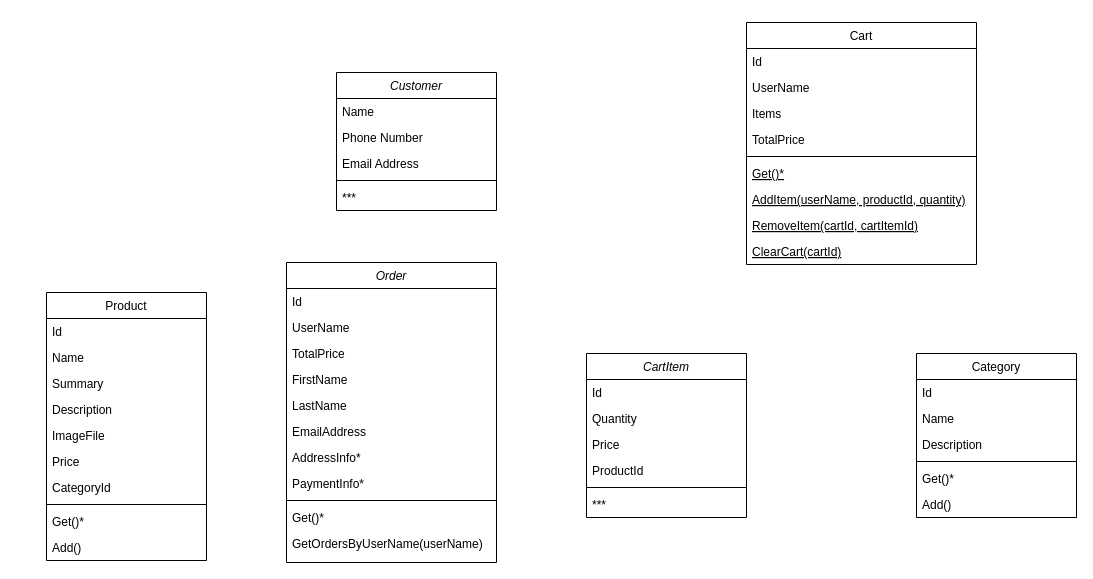
rudinesurya/DotNet-Sample keeps this draw.io diagram as page "class" (1 of 2) of Untitled Diagram.drawio. Above is the earlier version. Source tidied: cells renumbered, new cells numbered last; positions are measured from the earlier drawing's top-left corner, leaving out a move shared by most shapes. Both pictures are drawn from the tidied source at 100%, with x=0, y=0 at pixel (46, 22).
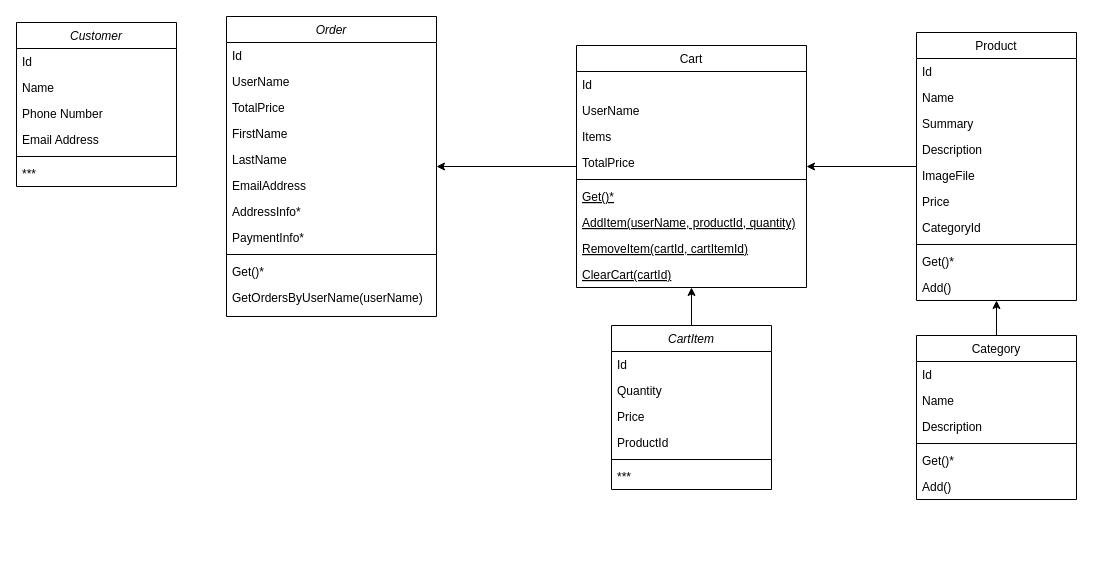
The same diagram, later.

Change to the diagram source:
```diff
@@
     <mxCell id="2" value="Customer" style="swimlane;fontStyle=2;align=center;verticalAlign=top;horizontal=1;startSize=26;rounded=0;shadow=0;strokeWidth=1;" parent="1" vertex="1">
-      <mxGeometry x="290" y="50" width="160" height="138" as="geometry" />
+      <mxGeometry x="-30" width="160" height="164" as="geometry" />
     </mxCell>
+    <mxCell id="55" value="Id" style="text;align=left;verticalAlign=top;spacingLeft=4;spacingRight=4;overflow=hidden;" parent="2" vertex="1">
+      <mxGeometry y="26" width="160" height="26" as="geometry" />
+    </mxCell>
     <mxCell id="3" value="Name" style="text;align=left;verticalAlign=top;spacingLeft=4;spacingRight=4;overflow=hidden;" parent="2" vertex="1">
-      <mxGeometry y="26" width="160" height="26" as="geometry" />
+      <mxGeometry y="52" width="160" height="26" as="geometry" />
     </mxCell>
     <mxCell id="4" value="Phone Number" style="text;align=left;verticalAlign=top;spacingLeft=4;spacingRight=4;overflow=hidden;rounded=0;shadow=0;html=0;" parent="2" vertex="1">
-      <mxGeometry y="52" width="160" height="26" as="geometry" />
+      <mxGeometry y="78" width="160" height="26" as="geometry" />
     </mxCell>
     <mxCell id="5" value="Email Address" style="text;align=left;verticalAlign=top;spacingLeft=4;spacingRight=4;overflow=hidden;rounded=0;shadow=0;html=0;" parent="2" vertex="1">
-      <mxGeometry y="78" width="160" height="26" as="geometry" />
+      <mxGeometry y="104" width="160" height="26" as="geometry" />
     </mxCell>
     <mxCell id="6" style="line;html=1;strokeWidth=1;align=left;verticalAlign=middle;spacingTop=-1;spacingLeft=3;spacingRight=3;labelPosition=right;" parent="2" vertex="1">
-      <mxGeometry y="104" width="160" height="8" as="geometry" />
+      <mxGeometry y="130" width="160" height="8" as="geometry" />
     </mxCell>
     <mxCell id="7" value="***" style="text;align=left;verticalAlign=top;spacingLeft=4;spacingRight=4;overflow=hidden;" parent="2" vertex="1">
-      <mxGeometry y="112" width="160" height="26" as="geometry" />
+      <mxGeometry y="138" width="160" height="26" as="geometry" />
     </mxCell>
+    <mxCell id="56" style="edgeStyle=orthogonalEdgeStyle;rounded=0;jettySize=auto;html=1;" parent="1" edge="1" source="8" target="29">
+      <mxGeometry relative="1" as="geometry" />
+    </mxCell>
     <mxCell id="8" value="Cart" style="swimlane;fontStyle=0;align=center;verticalAlign=top;horizontal=1;startSize=26;rounded=0;shadow=0;strokeWidth=1;direction=east;" parent="1" vertex="1">
-      <mxGeometry x="700" width="230" height="242" as="geometry" />
+      <mxGeometry x="530" y="23" width="230" height="242" as="geometry" />
     </mxCell>
@@
+    <mxCell id="57" style="edgeStyle=orthogonalEdgeStyle;rounded=0;jettySize=auto;html=1;" parent="1" edge="1" source="48" target="18">
+      <mxGeometry relative="1" as="geometry" />
+    </mxCell>
+    <mxCell id="58" style="edgeStyle=orthogonalEdgeStyle;rounded=0;jettySize=auto;html=1;" parent="1" edge="1" source="18" target="8">
+      <mxGeometry relative="1" as="geometry" />
+    </mxCell>
     <mxCell id="18" value="Product" style="swimlane;fontStyle=0;align=center;verticalAlign=top;horizontal=1;startSize=26;rounded=0;shadow=0;strokeWidth=1;" parent="1" vertex="1">
-      <mxGeometry y="270" width="160" height="268" as="geometry" />
+      <mxGeometry x="870" y="10" width="160" height="268" as="geometry" />
     </mxCell>
@@
     <mxCell id="29" value="Order" style="swimlane;fontStyle=2;align=center;verticalAlign=top;horizontal=1;startSize=26;rounded=0;shadow=0;strokeWidth=1;" parent="1" vertex="1">
-      <mxGeometry x="240" y="240" width="210" height="300" as="geometry" />
+      <mxGeometry x="180" y="-6" width="210" height="300" as="geometry" />
     </mxCell>
@@
+    <mxCell id="59" style="edgeStyle=orthogonalEdgeStyle;rounded=0;jettySize=auto;html=1;" parent="1" edge="1" source="41" target="8">
+      <mxGeometry relative="1" as="geometry" />
+    </mxCell>
     <mxCell id="41" value="CartItem" style="swimlane;fontStyle=2;align=center;verticalAlign=top;horizontal=1;startSize=26;rounded=0;shadow=0;strokeWidth=1;" parent="1" vertex="1">
-      <mxGeometry x="540" y="331" width="160" height="164" as="geometry" />
+      <mxGeometry x="565" y="303" width="160" height="164" as="geometry" />
     </mxCell>
@@
     <mxCell id="48" value="Category" style="swimlane;fontStyle=0;align=center;verticalAlign=top;horizontal=1;startSize=26;rounded=0;shadow=0;strokeWidth=1;" parent="1" vertex="1">
-      <mxGeometry x="870" y="331" width="160" height="164" as="geometry" />
+      <mxGeometry x="870" y="313" width="160" height="164" as="geometry" />
     </mxCell>
```
